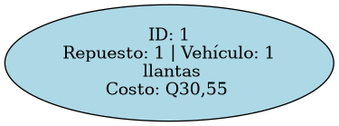
Earlier version of the Graphviz export Fase_2/AutoGestPro/AutoGestPro/Reports/servicios_0.png (Santiago78op/EDD_1S2025_201905884). Its source is kept beside it as Fase_2/AutoGestPro/AutoGestPro/Reports/servicios_0.dot.
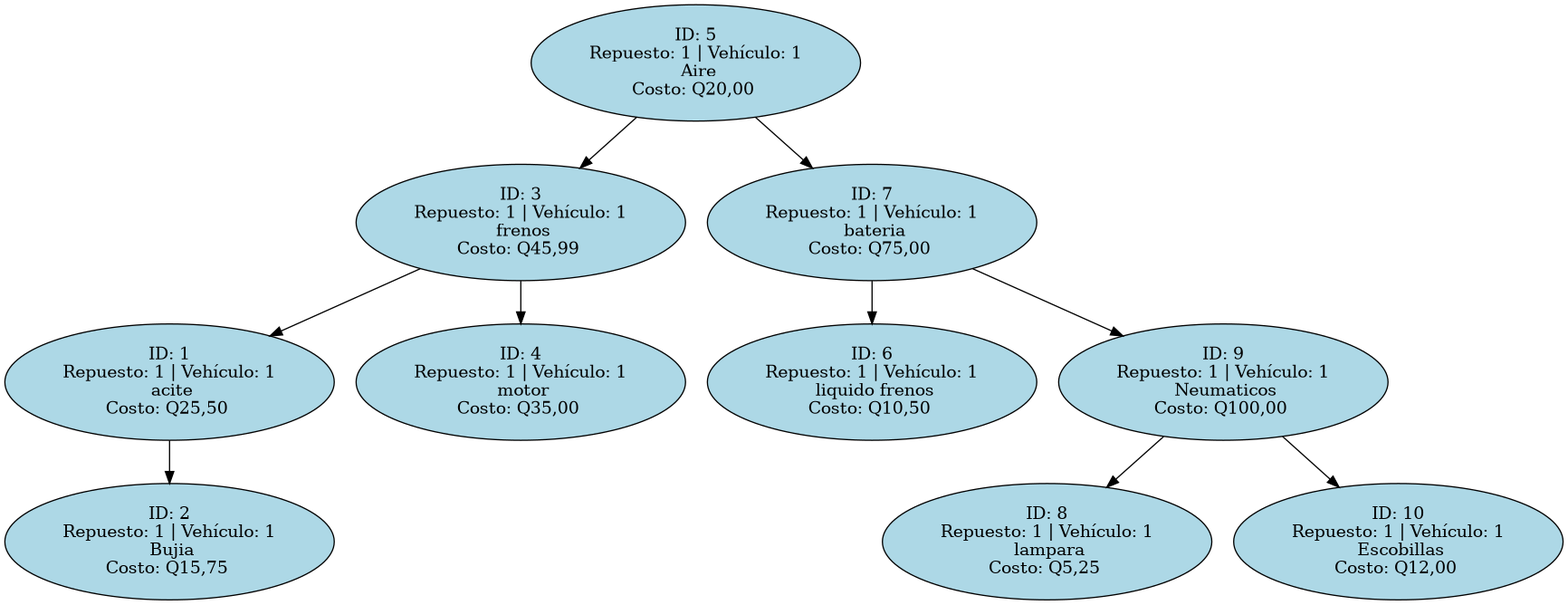
Above is the later version.

What changed in the source:
```diff
@@ -1,4 +1,22 @@
 digraph Servicios {
 node [shape=ellipse, style=filled, fillcolor=lightblue];
-S1 [label="ID: 1\nRepuesto: 1 | Vehículo: 1\n llantas\nCosto: Q30,55 "]
+S5 [label="ID: 5\nRepuesto: 1 | Vehículo: 1\n Aire\nCosto: Q20,00 "]
+S5 -> S3
+S3 [label="ID: 3\nRepuesto: 1 | Vehículo: 1\n frenos\nCosto: Q45,99 "]
+S3 -> S1
+S1 [label="ID: 1\nRepuesto: 1 | Vehículo: 1\n acite\nCosto: Q25,50 "]
+S1 -> S2
+S2 [label="ID: 2\nRepuesto: 1 | Vehículo: 1\n Bujia\nCosto: Q15,75 "]
+S3 -> S4
+S4 [label="ID: 4\nRepuesto: 1 | Vehículo: 1\n motor\nCosto: Q35,00 "]
+S5 -> S7
+S7 [label="ID: 7\nRepuesto: 1 | Vehículo: 1\n bateria\nCosto: Q75,00 "]
+S7 -> S6
+S6 [label="ID: 6\nRepuesto: 1 | Vehículo: 1\n liquido frenos\nCosto: Q10,50 "]
+S7 -> S9
+S9 [label="ID: 9\nRepuesto: 1 | Vehículo: 1\n Neumaticos\nCosto: Q100,00 "]
+S9 -> S8
+S8 [label="ID: 8\nRepuesto: 1 | Vehículo: 1\n lampara\nCosto: Q5,25 "]
+S9 -> S10
+S10 [label="ID: 10\nRepuesto: 1 | Vehículo: 1\n Escobillas\nCosto: Q12,00 "]
 }
```
